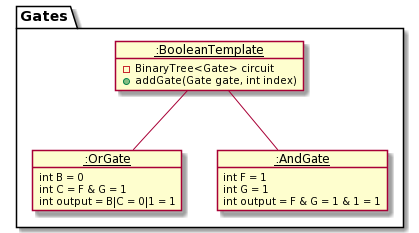
Earlier version of the PlantUML export docs/diagrams/AddCommandOrAnd.png (sevenseasofbri/tp). Its diagram source:
```plantuml
@startuml
package Gates {
    object "__:BooleanTemplate__" as State1
    object "__:OrGate__" as State2
    object "__:AndGate__" as State3
}

object State1 {
    - BinaryTree<Gate> circuit
    + addGate(Gate gate, int index)
}

object State2 {
    int B = 0
    int C = F & G = 1
    int output = B|C = 0|1 = 1
}

object State3 {
   int F = 1
   int G = 1
   int output = F & G = 1 & 1 = 1
}


State1 -- State2
State1 -- State3
@enduml
```
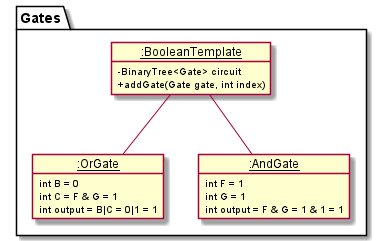
Later version of the same file.

Change to the diagram source:
```diff
@@ -1,4 +1,7 @@
 @startuml
+
+!include style.puml
+
 package Gates {
     object "__:BooleanTemplate__" as State1
     object "__:OrGate__" as State2
@@ -25,4 +28,5 @@
 
 State1 -- State2
 State1 -- State3
+
 @enduml
```
